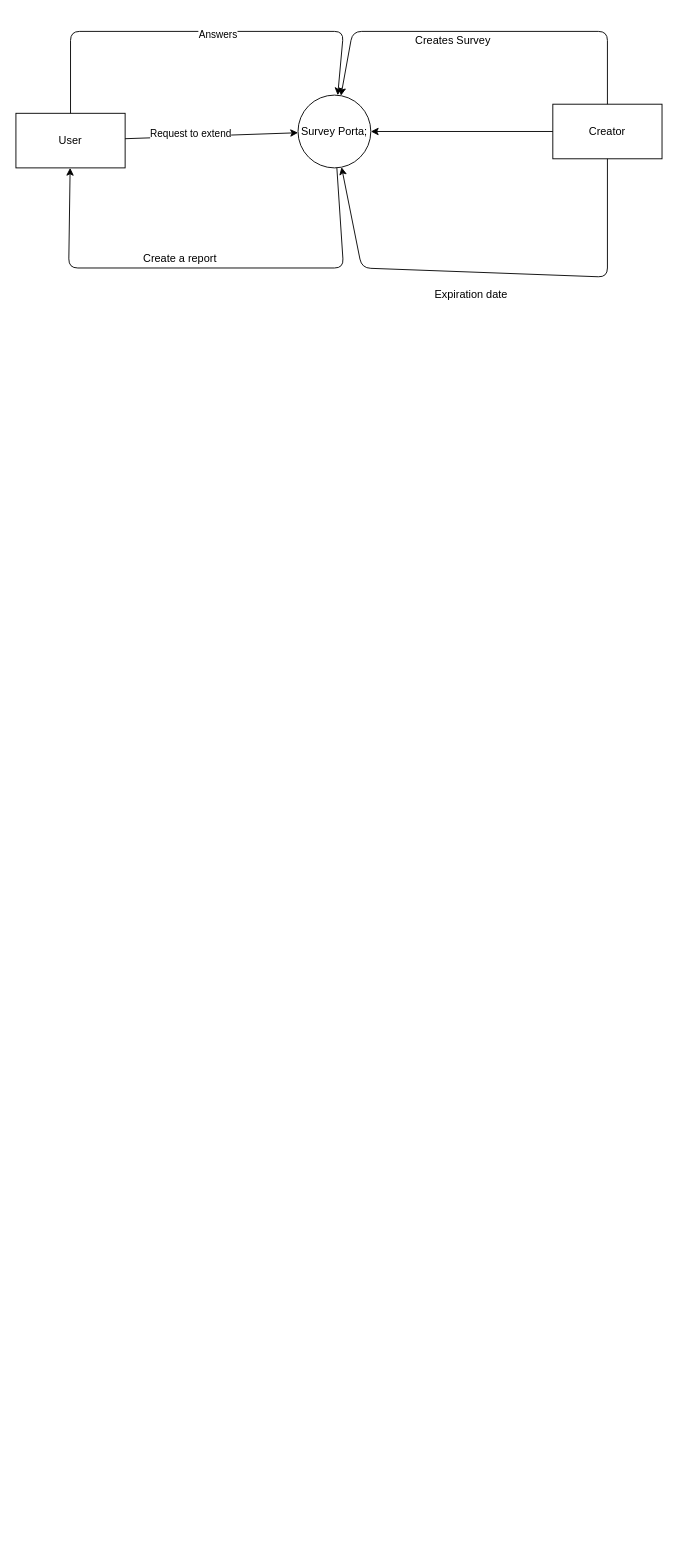
Above: Untitled Diagram.drawio in KarandeepSinghCoder/activity (draw.io), before the change. Source tidied: cells renumbered, new cells numbered last; positions are measured from the earlier drawing's top-left corner, leaving out a move shared by most shapes. Both pictures are drawn from the tidied source at 91%, with x=0, y=0 at pixel (15, 31).
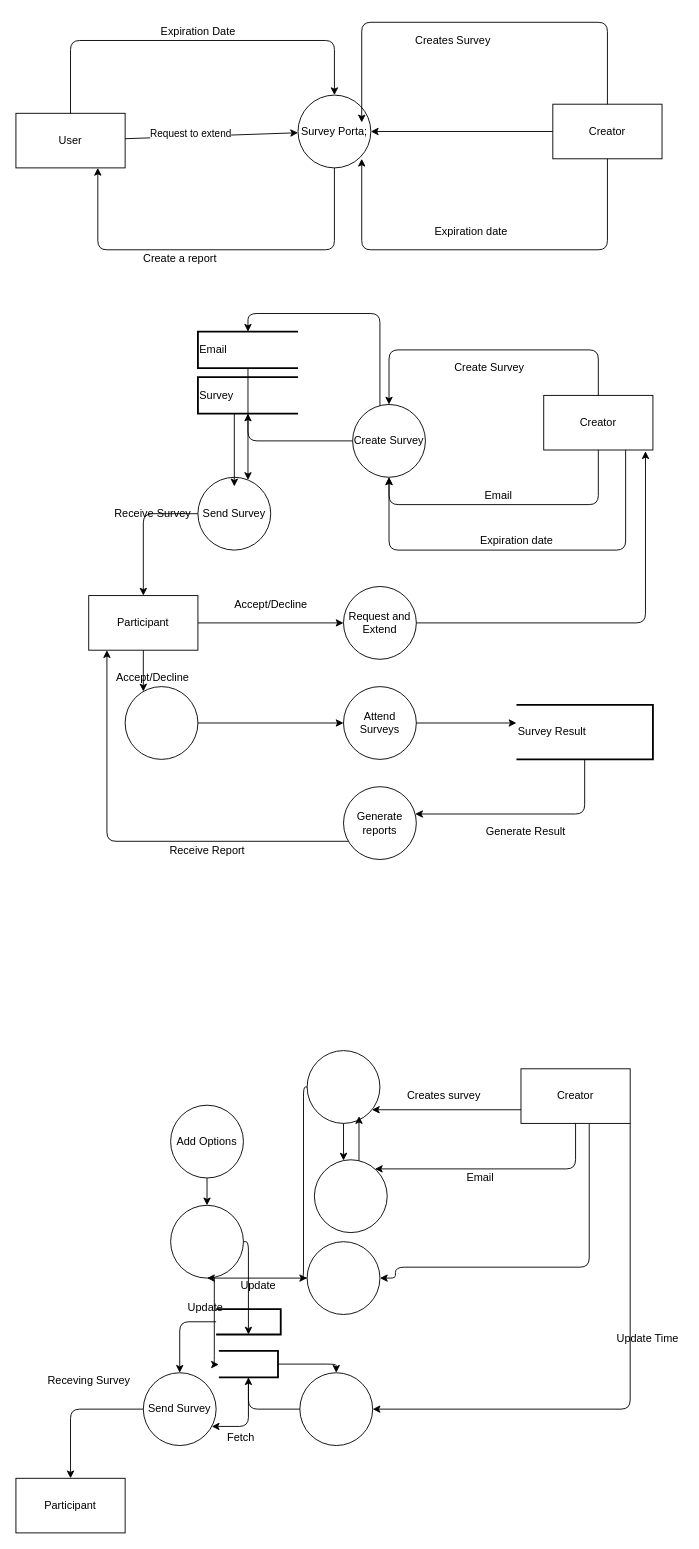
Above is the later version.

Unchanged cells that the change refers to:
```xml
<mxCell id="2" value="User" style="rounded=0;whiteSpace=wrap;html=1;" parent="1" vertex="1">
  <mxGeometry y="90" width="120" height="60" as="geometry" />
</mxCell>
<mxCell id="3" value="Survey Porta;" style="ellipse;whiteSpace=wrap;html=1;" parent="1" vertex="1">
  <mxGeometry x="310" y="70" width="80" height="80" as="geometry" />
</mxCell>
<mxCell id="4" value="Creator" style="rounded=0;whiteSpace=wrap;html=1;" parent="1" vertex="1">
  <mxGeometry x="590" y="80" width="120" height="60" as="geometry" />
</mxCell>
```

Change to the diagram source:
```diff
@@
-    <mxCell id="5" style="endArrow=classic;html=1;" parent="1" edge="1" source="2" target="3">
-      <mxGeometry relative="1" as="geometry">
-        <Array as="points">
-          <mxPoint x="60" />
-          <mxPoint x="360" />
-        </Array>
-      </mxGeometry>
-    </mxCell>
-    <mxCell id="6" value="Answers" style="edgeLabel;html=1;align=center;verticalAlign=middle;" parent="5" vertex="1">
-      <mxGeometry x="0.09" y="-3" relative="1" as="geometry" />
-    </mxCell>
-    <mxCell id="7" style="endArrow=classic;html=1;" parent="1" edge="1" source="3" target="2">
-      <mxGeometry relative="1" as="geometry">
-        <Array as="points">
-          <mxPoint x="360" y="260" />
-          <mxPoint x="58" y="260" />
-        </Array>
-      </mxGeometry>
-    </mxCell>
-    <mxCell id="8" style="endArrow=classic;html=1;" parent="1" edge="1" source="4" target="3">
-      <mxGeometry relative="1" as="geometry">
-        <Array as="points">
-          <mxPoint x="650" y="270" />
-          <mxPoint x="380" y="260" />
-        </Array>
-      </mxGeometry>
-    </mxCell>
-    <mxCell id="9" style="endArrow=classic;html=1;" parent="1" edge="1" source="4" target="3">
-      <mxGeometry relative="1" as="geometry">
-        <Array as="points">
-          <mxPoint x="650" />
-          <mxPoint x="370" />
-        </Array>
-      </mxGeometry>
-    </mxCell>
@@
     <mxCell id="15" value="Expiration date" style="text;html=1;align=center;verticalAlign=middle;strokeColor=none;" parent="1" vertex="1">
-      <mxGeometry x="450" y="280" width="100" height="20" as="geometry" />
+      <mxGeometry x="450" y="210" width="100" height="20" as="geometry" />
     </mxCell>
+    <mxCell id="16" value="Create Survey" style="ellipse;whiteSpace=wrap;html=1;" parent="1" vertex="1">
+      <mxGeometry x="370" y="410" width="80" height="80" as="geometry" />
+    </mxCell>
+    <mxCell id="17" value="Send Survey" style="ellipse;whiteSpace=wrap;html=1;" parent="1" vertex="1">
+      <mxGeometry x="200" y="490" width="80" height="80" as="geometry" />
+    </mxCell>
+    <mxCell id="18" value="Creator" style="rounded=0;whiteSpace=wrap;html=1;" parent="1" vertex="1">
+      <mxGeometry x="580" y="400" width="120" height="60" as="geometry" />
+    </mxCell>
+    <mxCell id="19" value="Attend Surveys" style="ellipse;whiteSpace=wrap;html=1;" parent="1" vertex="1">
+      <mxGeometry x="360" y="720" width="80" height="80" as="geometry" />
+    </mxCell>
+    <mxCell id="20" value="Generate reports" style="ellipse;whiteSpace=wrap;html=1;" parent="1" vertex="1">
+      <mxGeometry x="360" y="830" width="80" height="80" as="geometry" />
+    </mxCell>
+    <mxCell id="21" value="Request and Extend" style="ellipse;whiteSpace=wrap;html=1;" parent="1" vertex="1">
+      <mxGeometry x="360" y="610" width="80" height="80" as="geometry" />
+    </mxCell>
+    <mxCell id="22" style="ellipse;whiteSpace=wrap;html=1;" parent="1" vertex="1">
+      <mxGeometry x="120" y="720" width="80" height="80" as="geometry" />
+    </mxCell>
+    <mxCell id="23" value="Participant" style="rounded=0;whiteSpace=wrap;html=1;" parent="1" vertex="1">
+      <mxGeometry x="80" y="620" width="120" height="60" as="geometry" />
+    </mxCell>
+    <mxCell id="24" style="edgeStyle=segmentEdgeStyle;endArrow=classic;html=1;" parent="1" edge="1" source="23" target="22">
+      <mxGeometry relative="1" as="geometry" />
+    </mxCell>
+    <mxCell id="25" value="Accept/Decline" style="text;html=1;align=center;verticalAlign=middle;strokeColor=none;" parent="1" vertex="1">
+      <mxGeometry x="100" y="700" width="100" height="20" as="geometry" />
+    </mxCell>
+    <mxCell id="26" style="edgeStyle=segmentEdgeStyle;endArrow=classic;html=1;" parent="1" edge="1" source="23" target="21">
+      <mxGeometry relative="1" as="geometry" />
+    </mxCell>
+    <mxCell id="27" value="Accept/Decline" style="text;html=1;align=center;verticalAlign=middle;strokeColor=none;" parent="1" vertex="1">
+      <mxGeometry x="230" y="620" width="100" height="20" as="geometry" />
+    </mxCell>
+    <mxCell id="28" style="edgeStyle=segmentEdgeStyle;endArrow=classic;html=1;" parent="1" edge="1" source="17" target="23">
+      <mxGeometry relative="1" as="geometry" />
+    </mxCell>
+    <mxCell id="29" value="Receive Survey" style="text;html=1;align=center;verticalAlign=middle;strokeColor=none;" parent="1" vertex="1">
+      <mxGeometry x="100" y="520" width="100" height="20" as="geometry" />
+    </mxCell>
+    <mxCell id="30" style="edgeStyle=segmentEdgeStyle;endArrow=classic;html=1;" parent="1" edge="1" source="18" target="16">
+      <mxGeometry relative="1" as="geometry">
+        <Array as="points">
+          <mxPoint x="640" y="520" />
+          <mxPoint x="410" y="520" />
+        </Array>
+      </mxGeometry>
+    </mxCell>
+    <mxCell id="31" value="Email" style="text;html=1;align=center;verticalAlign=middle;strokeColor=none;" parent="1" vertex="1">
+      <mxGeometry x="505" y="500" width="50" height="20" as="geometry" />
+    </mxCell>
+    <mxCell id="32" style="edgeStyle=segmentEdgeStyle;endArrow=classic;html=1;exitX=0.75;exitY=1;exitDx=0;exitDy=0;" parent="1" edge="1" source="18" target="16">
+      <mxGeometry relative="1" as="geometry">
+        <Array as="points">
+          <mxPoint x="670" y="570" />
+          <mxPoint x="410" y="570" />
+        </Array>
+      </mxGeometry>
+    </mxCell>
+    <mxCell id="33" value="Expiration date" style="text;html=1;align=center;verticalAlign=middle;strokeColor=none;" parent="1" vertex="1">
+      <mxGeometry x="500" y="550" width="100" height="20" as="geometry" />
+    </mxCell>
+    <mxCell id="34" style="edgeStyle=segmentEdgeStyle;endArrow=classic;html=1;" parent="1" edge="1" source="18" target="16">
+      <mxGeometry relative="1" as="geometry">
+        <Array as="points">
+          <mxPoint x="640" y="350" />
+          <mxPoint x="410" y="350" />
+        </Array>
+      </mxGeometry>
+    </mxCell>
+    <mxCell id="35" value="Create Survey" style="text;html=1;align=center;verticalAlign=middle;strokeColor=none;" parent="1" vertex="1">
+      <mxGeometry x="475" y="360" width="90" height="20" as="geometry" />
+    </mxCell>
+    <mxCell id="36" style="edgeStyle=segmentEdgeStyle;endArrow=classic;html=1;entryX=0.932;entryY=1.023;entryDx=0;entryDy=0;entryPerimeter=0;" parent="1" edge="1" source="21" target="18">
+      <mxGeometry relative="1" as="geometry" />
+    </mxCell>
+    <mxCell id="7" style="edgeStyle=segmentEdgeStyle;endArrow=classic;html=1;" parent="1" edge="1" source="3" target="2">
+      <mxGeometry relative="1" as="geometry">
+        <Array as="points">
+          <mxPoint x="350" y="240" />
+          <mxPoint x="90" y="240" />
+        </Array>
+      </mxGeometry>
+    </mxCell>
+    <mxCell id="37" style="edgeStyle=segmentEdgeStyle;endArrow=classic;html=1;" parent="1" edge="1" source="4">
+      <mxGeometry relative="1" as="geometry">
+        <mxPoint x="380" y="140" as="targetPoint" />
+        <Array as="points">
+          <mxPoint x="650" y="240" />
+          <mxPoint x="380" y="240" />
+        </Array>
+      </mxGeometry>
+    </mxCell>
+    <mxCell id="38" style="edgeStyle=segmentEdgeStyle;endArrow=classic;html=1;" parent="1" edge="1" source="4">
+      <mxGeometry relative="1" as="geometry">
+        <mxPoint x="380" y="100" as="targetPoint" />
+        <Array as="points">
+          <mxPoint x="650" y="-10" />
+          <mxPoint x="380" y="-10" />
+        </Array>
+      </mxGeometry>
+    </mxCell>
+    <mxCell id="5" style="edgeStyle=segmentEdgeStyle;endArrow=classic;html=1;" parent="1" edge="1" source="2" target="3">
+      <mxGeometry relative="1" as="geometry">
+        <Array as="points">
+          <mxPoint x="60" y="10" />
+          <mxPoint x="350" y="10" />
+        </Array>
+      </mxGeometry>
+    </mxCell>
+    <mxCell id="39" value="Expiration Date" style="text;html=1;align=center;verticalAlign=middle;strokeColor=none;" parent="1" vertex="1">
+      <mxGeometry x="150" y="-10" width="100" height="20" as="geometry" />
+    </mxCell>
+    <mxCell id="40" style="edgeStyle=segmentEdgeStyle;endArrow=classic;html=1;" parent="1" edge="1" source="22" target="19">
+      <mxGeometry relative="1" as="geometry" />
+    </mxCell>
+    <mxCell id="41" value="Survey Result" style="strokeWidth=2;html=1;shape=mxgraph.flowchart.annotation_1;align=left;rotation=0;flipH=1;" parent="1" vertex="1">
+      <mxGeometry x="550" y="740" width="150" height="60" as="geometry" />
+    </mxCell>
+    <mxCell id="42" style="edgeStyle=segmentEdgeStyle;endArrow=classic;html=1;" parent="1" edge="1" source="41" target="20">
+      <mxGeometry relative="1" as="geometry">
+        <Array as="points">
+          <mxPoint x="625" y="860" />
+        </Array>
+      </mxGeometry>
+    </mxCell>
+    <mxCell id="43" value="Generate Result" style="text;html=1;align=center;verticalAlign=middle;strokeColor=none;" parent="1" vertex="1">
+      <mxGeometry x="510" y="870" width="100" height="20" as="geometry" />
+    </mxCell>
+    <mxCell id="44" style="edgeStyle=segmentEdgeStyle;endArrow=classic;html=1;" parent="1" edge="1" source="19" target="41">
+      <mxGeometry relative="1" as="geometry" />
+    </mxCell>
+    <mxCell id="45" style="edgeStyle=segmentEdgeStyle;endArrow=classic;html=1;" parent="1" edge="1" source="20" target="23">
+      <mxGeometry relative="1" as="geometry">
+        <Array as="points">
+          <mxPoint x="100" y="890" />
+        </Array>
+      </mxGeometry>
+    </mxCell>
+    <mxCell id="46" value="Email" style="strokeWidth=2;html=1;shape=mxgraph.flowchart.annotation_1;align=left;" parent="1" vertex="1">
+      <mxGeometry x="200" y="330" width="110" height="40" as="geometry" />
+    </mxCell>
+    <mxCell id="47" value="Survey" style="strokeWidth=2;html=1;shape=mxgraph.flowchart.annotation_1;align=left;" parent="1" vertex="1">
+      <mxGeometry x="200" y="380" width="110" height="40" as="geometry" />
+    </mxCell>
+    <mxCell id="48" style="edgeStyle=segmentEdgeStyle;endArrow=classic;html=1;" parent="1" edge="1" source="47">
+      <mxGeometry relative="1" as="geometry">
+        <mxPoint x="240" y="500" as="targetPoint" />
+      </mxGeometry>
+    </mxCell>
+    <mxCell id="49" style="edgeStyle=segmentEdgeStyle;endArrow=classic;html=1;" parent="1" edge="1" source="46" target="17">
+      <mxGeometry relative="1" as="geometry" />
+    </mxCell>
+    <mxCell id="50" style="edgeStyle=segmentEdgeStyle;endArrow=classic;html=1;" parent="1" edge="1" source="16" target="46">
+      <mxGeometry relative="1" as="geometry">
+        <Array as="points">
+          <mxPoint x="400" y="310" />
+          <mxPoint x="255" y="310" />
+        </Array>
+      </mxGeometry>
+    </mxCell>
+    <mxCell id="51" style="edgeStyle=segmentEdgeStyle;endArrow=classic;html=1;" parent="1" edge="1" source="16" target="47">
+      <mxGeometry relative="1" as="geometry" />
+    </mxCell>
+    <mxCell id="52" value="Receive Report" style="text;html=1;align=center;verticalAlign=middle;strokeColor=none;" parent="1" vertex="1">
+      <mxGeometry x="160" y="890" width="100" height="20" as="geometry" />
+    </mxCell>
+    <mxCell id="53" style="ellipse;whiteSpace=wrap;html=1;" parent="1" vertex="1">
+      <mxGeometry x="328" y="1240" width="80" height="80" as="geometry" />
+    </mxCell>
+    <mxCell id="54" style="ellipse;whiteSpace=wrap;html=1;" parent="1" vertex="1">
+      <mxGeometry x="320" y="1330" width="80" height="80" as="geometry" />
+    </mxCell>
+    <mxCell id="55" style="ellipse;whiteSpace=wrap;html=1;" parent="1" vertex="1">
+      <mxGeometry x="320" y="1120" width="80" height="80" as="geometry" />
+    </mxCell>
+    <mxCell id="56" style="ellipse;whiteSpace=wrap;html=1;" parent="1" vertex="1">
+      <mxGeometry x="170" y="1290" width="80" height="80" as="geometry" />
+    </mxCell>
+    <mxCell id="57" value="Add Options" style="ellipse;whiteSpace=wrap;html=1;" parent="1" vertex="1">
+      <mxGeometry x="170" y="1180" width="80" height="80" as="geometry" />
+    </mxCell>
+    <mxCell id="58" value="Creator" style="rounded=0;whiteSpace=wrap;html=1;" parent="1" vertex="1">
+      <mxGeometry x="555" y="1140" width="120" height="60" as="geometry" />
+    </mxCell>
+    <mxCell id="59" style="ellipse;whiteSpace=wrap;html=1;" parent="1" vertex="1">
+      <mxGeometry x="312" y="1474" width="80" height="80" as="geometry" />
+    </mxCell>
+    <mxCell id="60" value="Send Survey" style="ellipse;whiteSpace=wrap;html=1;" parent="1" vertex="1">
+      <mxGeometry x="140" y="1474" width="80" height="80" as="geometry" />
+    </mxCell>
+    <mxCell id="61" value="Participant" style="rounded=0;whiteSpace=wrap;html=1;" parent="1" vertex="1">
+      <mxGeometry y="1590" width="120" height="60" as="geometry" />
+    </mxCell>
+    <mxCell id="62" style="edgeStyle=segmentEdgeStyle;endArrow=classic;html=1;exitX=0;exitY=0.75;exitDx=0;exitDy=0;" parent="1" edge="1" source="58" target="55">
+      <mxGeometry relative="1" as="geometry" />
+    </mxCell>
+    <mxCell id="63" value="Creates survey" style="text;html=1;align=center;verticalAlign=middle;strokeColor=none;" parent="1" vertex="1">
+      <mxGeometry x="420" y="1160" width="100" height="20" as="geometry" />
+    </mxCell>
+    <mxCell id="64" style="edgeStyle=segmentEdgeStyle;endArrow=classic;html=1;" parent="1" edge="1" source="58" target="53">
+      <mxGeometry relative="1" as="geometry">
+        <Array as="points">
+          <mxPoint x="615" y="1250" />
+        </Array>
+      </mxGeometry>
+    </mxCell>
+    <mxCell id="65" value="Email" style="text;html=1;align=center;verticalAlign=middle;strokeColor=none;" parent="1" vertex="1">
+      <mxGeometry x="485" y="1250" width="50" height="20" as="geometry" />
+    </mxCell>
+    <mxCell id="66" style="edgeStyle=segmentEdgeStyle;endArrow=classic;html=1;" parent="1" edge="1" source="55" target="53">
+      <mxGeometry relative="1" as="geometry" />
+    </mxCell>
+    <mxCell id="67" style="edgeStyle=segmentEdgeStyle;endArrow=classic;html=1;" parent="1" edge="1" source="53">
+      <mxGeometry relative="1" as="geometry">
+        <mxPoint x="377" y="1192" as="targetPoint" />
+      </mxGeometry>
+    </mxCell>
+    <mxCell id="68" style="edgeStyle=segmentEdgeStyle;endArrow=classic;html=1;" parent="1" edge="1" source="55" target="54">
+      <mxGeometry relative="1" as="geometry">
+        <Array as="points">
+          <mxPoint x="316" y="1160" />
+          <mxPoint x="316" y="1370" />
+        </Array>
+      </mxGeometry>
+    </mxCell>
+    <mxCell id="69" style="edgeStyle=segmentEdgeStyle;endArrow=classic;html=1;entryX=1;entryY=0.5;entryDx=0;entryDy=0;" parent="1" edge="1" source="58" target="54">
+      <mxGeometry relative="1" as="geometry">
+        <Array as="points">
+          <mxPoint x="630" y="1358" />
+          <mxPoint x="417" y="1358" />
+          <mxPoint x="417" y="1370" />
+        </Array>
+      </mxGeometry>
+    </mxCell>
+    <mxCell id="70" style="edgeStyle=segmentEdgeStyle;endArrow=classic;html=1;" parent="1" edge="1" source="60" target="61">
+      <mxGeometry relative="1" as="geometry" />
+    </mxCell>
+    <mxCell id="71" value="Receving Survey" style="text;html=1;align=center;verticalAlign=middle;strokeColor=none;" parent="1" vertex="1">
+      <mxGeometry x="29" y="1474" width="101" height="17" as="geometry" />
+    </mxCell>
+    <mxCell id="72" style="strokeWidth=2;html=1;shape=mxgraph.flowchart.annotation_1;align=left;flipH=1;" parent="1" vertex="1">
+      <mxGeometry x="220" y="1404" width="71" height="28" as="geometry" />
+    </mxCell>
+    <mxCell id="73" style="strokeWidth=2;html=1;shape=mxgraph.flowchart.annotation_1;align=left;flipH=1;" parent="1" vertex="1">
+      <mxGeometry x="223" y="1450" width="65" height="29" as="geometry" />
+    </mxCell>
+    <mxCell id="74" style="edgeStyle=segmentEdgeStyle;endArrow=classic;html=1;exitX=0.5;exitY=1;exitDx=0;exitDy=0;exitPerimeter=0;" parent="1" edge="1" source="73" target="60">
+      <mxGeometry relative="1" as="geometry">
+        <Array as="points">
+          <mxPoint x="256" y="1533" />
+        </Array>
+      </mxGeometry>
+    </mxCell>
+    <mxCell id="75" value="Fetch" style="text;html=1;align=center;verticalAlign=middle;strokeColor=none;" parent="1" vertex="1">
+      <mxGeometry x="227" y="1537" width="40" height="17" as="geometry" />
+    </mxCell>
+    <mxCell id="76" style="edgeStyle=segmentEdgeStyle;endArrow=classic;html=1;" parent="1" edge="1" source="72" target="60">
+      <mxGeometry relative="1" as="geometry" />
+    </mxCell>
+    <mxCell id="77" style="edgeStyle=segmentEdgeStyle;endArrow=classic;html=1;entryX=0.5;entryY=1;entryDx=0;entryDy=0;entryPerimeter=0;" parent="1" edge="1" source="56" target="72">
+      <mxGeometry relative="1" as="geometry" />
+    </mxCell>
+    <mxCell id="78" value="Update" style="text;html=1;align=center;verticalAlign=middle;strokeColor=none;" parent="1" vertex="1">
+      <mxGeometry x="241" y="1369" width="49" height="17" as="geometry" />
+    </mxCell>
+    <mxCell id="79" style="edgeStyle=segmentEdgeStyle;endArrow=classic;html=1;" parent="1" edge="1" source="56" target="73">
+      <mxGeometry relative="1" as="geometry">
+        <Array as="points">
+          <mxPoint x="218" y="1465" />
+        </Array>
+      </mxGeometry>
+    </mxCell>
+    <mxCell id="80" value="Update" style="text;html=1;align=center;verticalAlign=middle;strokeColor=none;" parent="1" vertex="1">
+      <mxGeometry x="183" y="1394" width="49" height="17" as="geometry" />
+    </mxCell>
+    <mxCell id="81" style="edgeStyle=segmentEdgeStyle;endArrow=classic;html=1;" parent="1" edge="1" source="57" target="56">
+      <mxGeometry relative="1" as="geometry" />
+    </mxCell>
+    <mxCell id="82" style="edgeStyle=segmentEdgeStyle;endArrow=classic;html=1;" parent="1" edge="1" source="54" target="56">
+      <mxGeometry relative="1" as="geometry" />
+    </mxCell>
+    <mxCell id="83" style="edgeStyle=segmentEdgeStyle;endArrow=classic;html=1;" parent="1" edge="1" source="58" target="59">
+      <mxGeometry relative="1" as="geometry">
+        <Array as="points">
+          <mxPoint x="675" y="1514" />
+        </Array>
+      </mxGeometry>
+    </mxCell>
+    <mxCell id="84" value="Update Time" style="text;html=1;align=center;verticalAlign=middle;strokeColor=none;" parent="1" vertex="1">
+      <mxGeometry x="655" y="1428" width="78" height="17" as="geometry" />
+    </mxCell>
+    <mxCell id="85" style="edgeStyle=segmentEdgeStyle;endArrow=classic;html=1;" parent="1" edge="1" source="59" target="73">
+      <mxGeometry relative="1" as="geometry" />
+    </mxCell>
+    <mxCell id="86" style="edgeStyle=segmentEdgeStyle;endArrow=classic;html=1;" parent="1" edge="1" source="73" target="59">
+      <mxGeometry relative="1" as="geometry" />
+    </mxCell>
```
